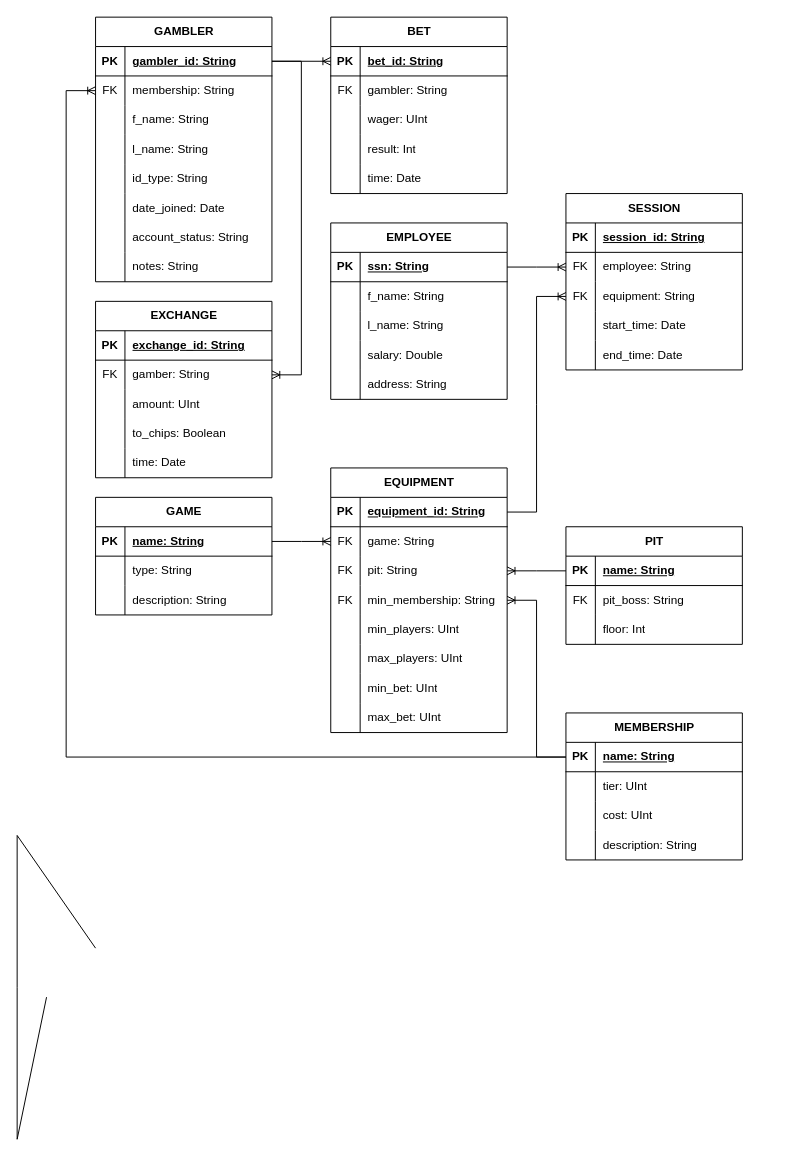
drussillo/CasinoDB keeps this draw.io diagram as docs/CasinoDB.drawio. Above is the earlier version. Source tidied: cells renumbered, new cells numbered last; positions are measured from the earlier drawing's top-left corner, leaving out a move shared by most shapes. Both pictures are drawn from the tidied source at 98%, with x=0, y=0 at pixel (17, 17).
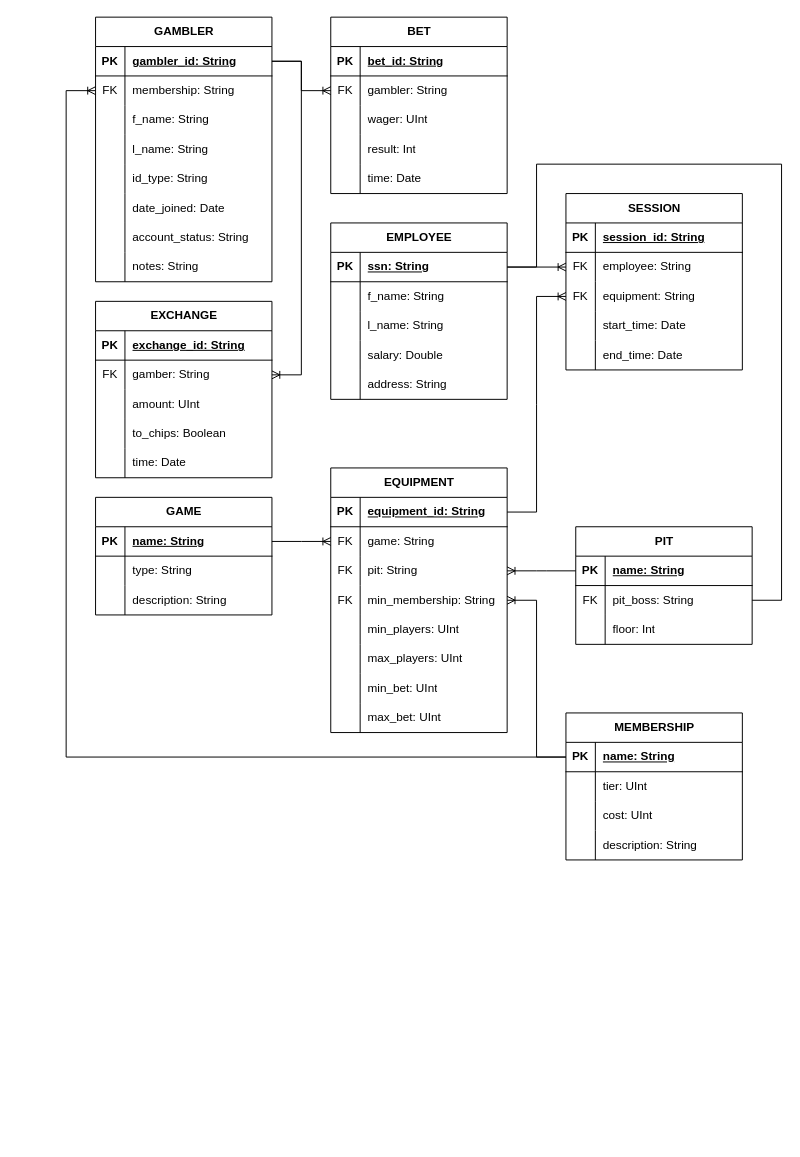
Above is the later version.

Commit message (it also covers changes not shown here):
Fixed stuff about the schema

The change refers to these unchanged cells:
```xml
<mxCell id="3" style="shape=tableRow;horizontal=0;startSize=0;swimlaneHead=0;swimlaneBody=0;fillColor=none;points=[[0,0.5],[1,0.5]];portConstraint=eastwest;top=0;left=0;right=0;bottom=1;" parent="2" vertex="1">
  <mxGeometry y="30" width="180" height="30" as="geometry" />
</mxCell>
<mxCell id="28" style="shape=tableRow;horizontal=0;startSize=0;swimlaneHead=0;swimlaneBody=0;fillColor=none;points=[[0,0.5],[1,0.5]];portConstraint=eastwest;top=0;left=0;right=0;bottom=1;" parent="27" vertex="1">
  <mxGeometry y="30" width="180" height="30" as="geometry" />
</mxCell>
<mxCell id="83" style="shape=tableRow;horizontal=0;startSize=0;swimlaneHead=0;swimlaneBody=0;fillColor=none;points=[[0,0.5],[1,0.5]];portConstraint=eastwest;top=0;left=0;right=0;bottom=0;" parent="79" vertex="1">
  <mxGeometry y="60" width="180" height="30" as="geometry" />
</mxCell>
<mxCell id="91" style="shape=tableRow;horizontal=0;startSize=0;swimlaneHead=0;swimlaneBody=0;fillColor=none;points=[[0,0.5],[1,0.5]];portConstraint=eastwest;top=0;left=0;right=0;bottom=1;" parent="90" vertex="1">
  <mxGeometry y="30" width="180" height="30" as="geometry" />
</mxCell>
<mxCell id="94" style="shape=tableRow;horizontal=0;startSize=0;swimlaneHead=0;swimlaneBody=0;fillColor=none;points=[[0,0.5],[1,0.5]];portConstraint=eastwest;top=0;left=0;right=0;bottom=0;" parent="90" vertex="1">
  <mxGeometry y="60" width="180" height="30" as="geometry" />
</mxCell>
```

The edit, as a diff of the source:
```diff
@@
     <mxCell id="79" value="PIT" style="shape=table;startSize=30;childLayout=tableLayout;rowLines=0;fontStyle=1;align=center;html=1;" parent="1" vertex="1">
-      <mxGeometry x="560" y="520" width="180" height="120" as="geometry" />
+      <mxGeometry x="570" y="520" width="180" height="120" as="geometry" />
     </mxCell>
@@
-    <mxCell id="106" style="edgeStyle=entityRelationEdgeStyle;fontSize=12;html=1;endArrow=ERoneToMany;rounded=0;" parent="1" edge="1" source="3" target="91">
+    <mxCell id="106" style="edgeStyle=entityRelationEdgeStyle;fontSize=12;html=1;endArrow=ERoneToMany;rounded=0;" parent="1" edge="1" source="3" target="94">
       <mxGeometry relative="1" as="geometry" />
     </mxCell>
@@
-    <mxCell id="157" style="endArrow=none;html=1;rounded=0;entryX=0;entryY=0.5;entryDx=0;entryDy=0;exitX=0;exitY=0.5;exitDx=0;exitDy=0;" parent="1" edge="1">
-      <mxGeometry relative="1" as="geometry">
-        <mxPoint x="30" y="1000" as="sourcePoint" />
-        <mxPoint x="80" y="950" as="targetPoint" />
-        <Array as="points">
-          <mxPoint y="1145" />
-          <mxPoint y="990" />
-          <mxPoint y="835" />
-        </Array>
-      </mxGeometry>
-    </mxCell>
+    <mxCell id="158" style="endArrow=none;html=1;rounded=0;edgeStyle=orthogonalEdgeStyle;" parent="1" edge="1" source="28" target="83">
+      <mxGeometry relative="1" as="geometry">
+        <Array as="points">
+          <mxPoint x="530" y="255" />
+          <mxPoint x="530" y="150" />
+          <mxPoint x="780" y="150" />
+          <mxPoint x="780" y="595" />
+        </Array>
+      </mxGeometry>
+    </mxCell>
```
